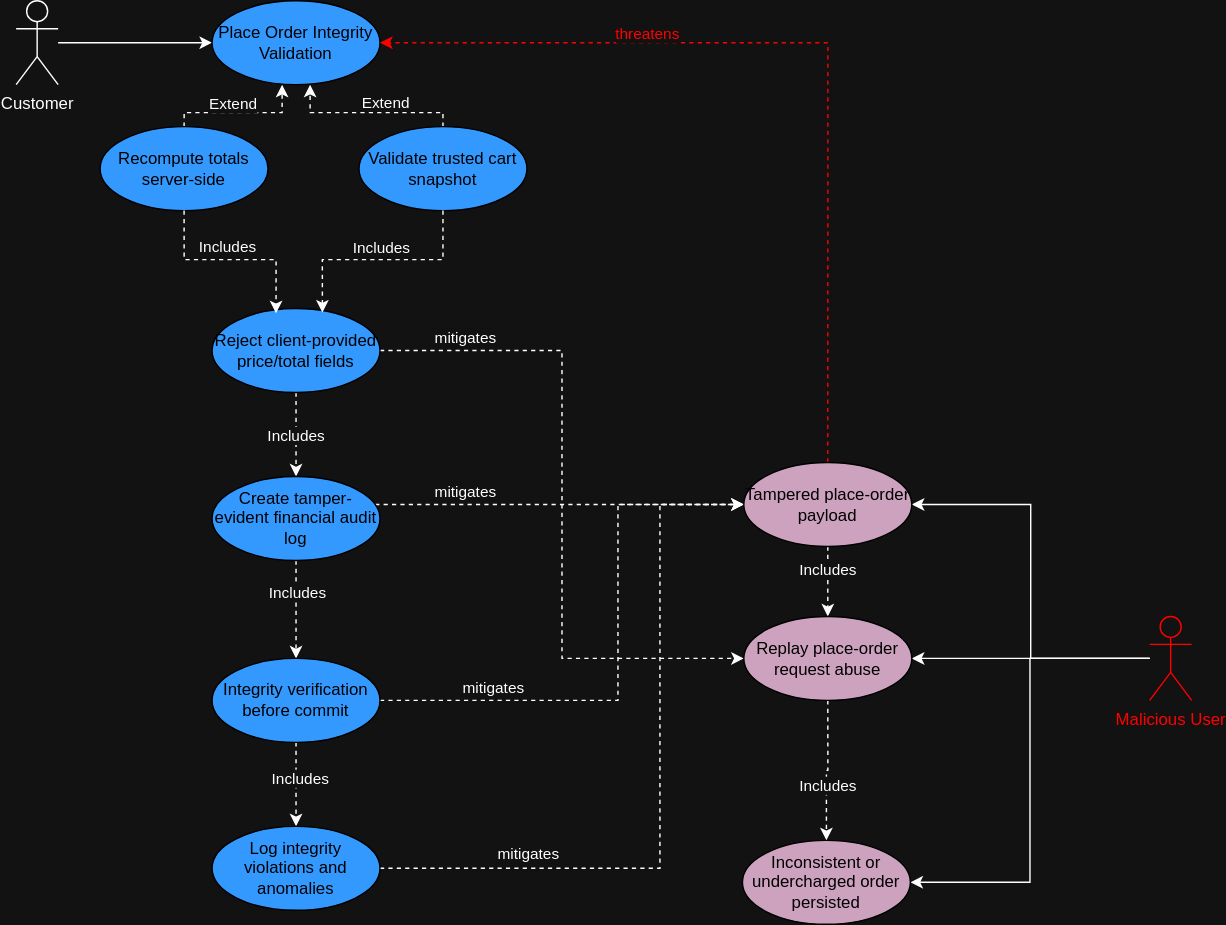
Before: docs/abuse-cases/francisco1201373/images/Payload_Tampering_Place_Order_Abuse_Case.drawio.svg, a diagram exported from draw.io (mei-desofs/desofs2026-thu_crr_1). Source tidied: cells renumbered, new cells last; positions are measured from the earlier drawing's top-left corner, leaving out a move shared by most shapes.
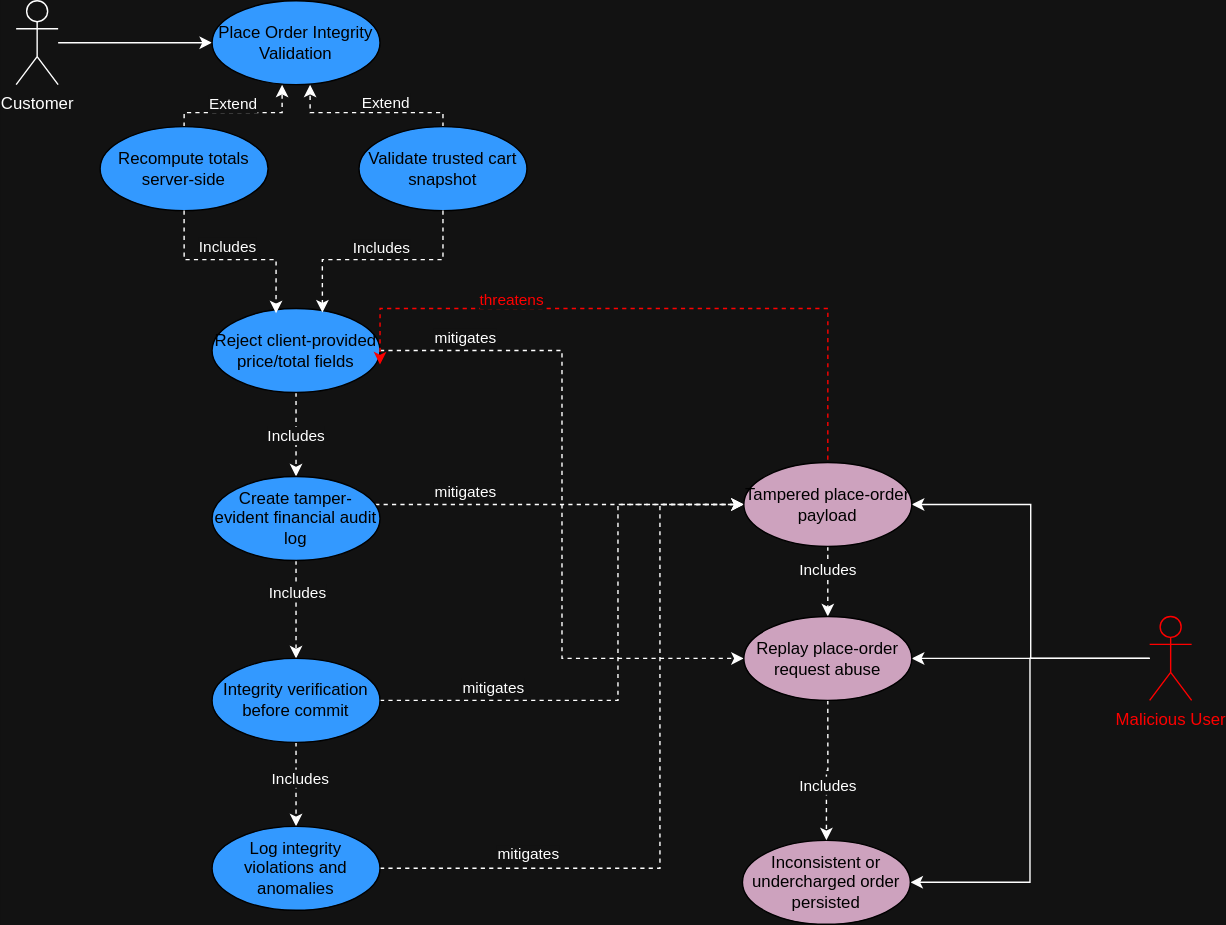
After the commit.

Diff of the diagram source:
```diff
@@ -97,10 +97,13 @@
     <mxCell id="25" value="Inconsistent or undercharged order persisted" style="ellipse;whiteSpace=wrap;html=1;fillColor=light-dark(#FFFFFF,#CDA2BE);strokeColor=light-dark(#000000,#000000);fontColor=light-dark(#000000,#000000);" parent="1" vertex="1">
       <mxGeometry x="519" y="600" width="120" height="60" as="geometry" />
     </mxCell>
-    <mxCell id="26" style="edgeStyle=orthogonalEdgeStyle;rounded=0;jettySize=auto;html=1;exitX=0.5;exitY=0;exitDx=0;exitDy=0;dashed=1;strokeColor=light-dark(#C73500,#FF0000);entryX=1;entryY=0.5;entryDx=0;entryDy=0;" parent="1" edge="1" source="30" target="8">
+    <mxCell id="26" style="edgeStyle=orthogonalEdgeStyle;rounded=0;orthogonalLoop=1;jettySize=auto;html=1;exitX=0.5;exitY=0;exitDx=0;exitDy=0;dashed=1;strokeColor=light-dark(#C73500,#FF0000);entryX=1;entryY=0.5;entryDx=0;entryDy=0;" parent="1" edge="1">
       <mxGeometry relative="1" as="geometry">
+        <mxPoint x="580" y="340" as="sourcePoint" />
+        <mxPoint x="260" y="260" as="targetPoint" />
         <Array as="points">
-          <mxPoint x="580" y="30" />
+          <mxPoint x="580" y="220" />
+          <mxPoint x="260" y="220" />
         </Array>
       </mxGeometry>
     </mxCell>
```
